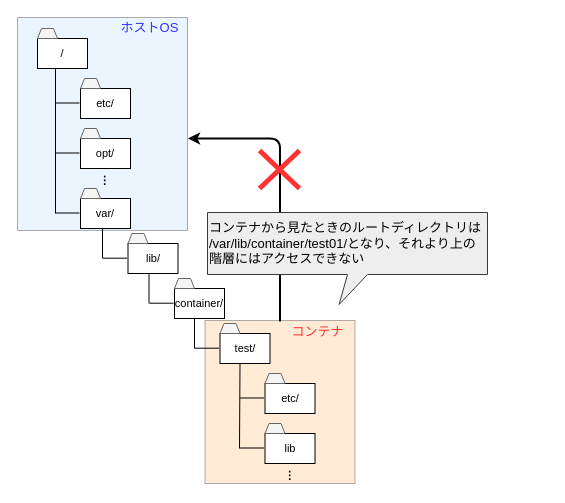
The draw.io diagram isolate_process.drawio in tnaka986/work-container, before the edit. Source tidied: cells renumbered, new cells numbered last; positions are measured from the earlier drawing's top-left corner, leaving out a move shared by most shapes. Both pictures are drawn from the tidied source at 100%, with x=0, y=0 at pixel (17, 17).
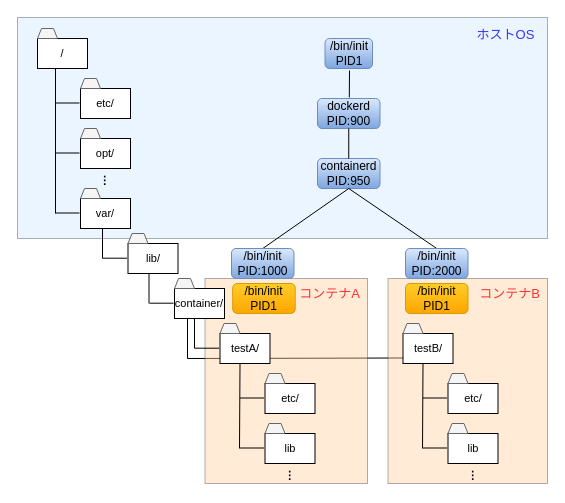
After the change.

Commit message (it also covers changes not shown here):
isolate_process.drawio を更新します

The change refers to these unchanged cells:
```xml
<mxCell id="43" style="group;fontSize=11;" parent="42" vertex="1">
  <mxGeometry width="50" height="40" as="geometry" />
</mxCell>
```

What changed in the source:
```diff
@@
+    <mxCell id="59" style="endArrow=none;html=1;fontFamily=Helvetica;fontSize=11;entryX=0;entryY=0.75;entryDx=0;entryDy=0;" parent="1" edge="1">
+      <mxGeometry relative="1" as="geometry">
+        <mxPoint x="170" y="341" as="sourcePoint" />
+        <mxPoint x="385.5" y="340.5" as="targetPoint" />
+      </mxGeometry>
+    </mxCell>
     <mxCell id="2" style="rounded=0;whiteSpace=wrap;html=1;fontFamily=Helvetica;fontSize=13;fillColor=#ffcc99;strokeColor=#36393d;opacity=40;" parent="1" vertex="1">
-      <mxGeometry x="187.5" y="303" width="150" height="163" as="geometry" />
+      <mxGeometry x="187.5" y="261" width="162.5" height="205" as="geometry" />
     </mxCell>
@@
-    <mxCell id="5" value="コンテナ" style="text;html=1;strokeColor=none;fillColor=none;align=center;verticalAlign=middle;whiteSpace=wrap;rounded=0;fontFamily=Helvetica;fontSize=13;opacity=40;fontColor=#FF3333;" parent="1" vertex="1">
-      <mxGeometry x="262.5" y="304" width="75" height="20" as="geometry" />
-    </mxCell>
     <mxCell id="6" style="rounded=0;whiteSpace=wrap;html=1;fontFamily=Helvetica;fontSize=13;fillColor=#cce5ff;strokeColor=#36393d;opacity=40;" parent="1" vertex="1">
-      <mxGeometry width="170" height="213" as="geometry" />
+      <mxGeometry width="530" height="221" as="geometry" />
     </mxCell>
@@
     <mxCell id="15" value="ホストOS" style="text;html=1;strokeColor=none;fillColor=none;align=center;verticalAlign=middle;whiteSpace=wrap;rounded=0;fontFamily=Helvetica;fontSize=13;opacity=40;fontColor=#3333FF;labelBackgroundColor=none;" parent="1" vertex="1">
-      <mxGeometry x="95" width="75" height="20" as="geometry" />
+      <mxGeometry x="450.5" y="7" width="75" height="20" as="geometry" />
     </mxCell>
@@
-    <mxCell id="44" value="&lt;font style=&quot;font-size: 11px;&quot;&gt;test/&lt;/font&gt;" style="rounded=0;whiteSpace=wrap;html=1;fontFamily=Helvetica;fontSize=11;" parent="43" vertex="1">
+    <mxCell id="44" value="&lt;font style=&quot;font-size: 11px&quot;&gt;testA/&lt;/font&gt;" style="rounded=0;whiteSpace=wrap;html=1;fontFamily=Helvetica;fontSize=11;" parent="43" vertex="1">
       <mxGeometry y="10" width="50" height="30" as="geometry" />
     </mxCell>
@@
-    <mxCell id="55" style="edgeStyle=segmentEdgeStyle;endArrow=classic;html=1;fontFamily=Helvetica;fontSize=13;fontColor=#3333FF;spacing=2;strokeWidth=2;exitX=0;exitY=0;exitDx=0;exitDy=0;entryX=1.003;entryY=0.568;entryDx=0;entryDy=0;entryPerimeter=0;" parent="1" edge="1" source="5" target="6">
-      <mxGeometry relative="1" as="geometry">
-        <Array as="points">
-          <mxPoint x="262" y="121" />
-        </Array>
-      </mxGeometry>
-    </mxCell>
-    <mxCell id="56" style="endArrow=none;html=1;strokeWidth=5;fontFamily=Helvetica;fontSize=13;fontColor=#3333FF;strokeColor=#FF3333;" parent="1" edge="1">
-      <mxGeometry relative="1" as="geometry">
-        <mxPoint x="242" y="171" as="sourcePoint" />
-        <mxPoint x="282" y="133" as="targetPoint" />
-      </mxGeometry>
-    </mxCell>
-    <mxCell id="57" style="endArrow=none;html=1;strokeWidth=5;fontFamily=Helvetica;fontSize=13;fontColor=#3333FF;strokeColor=#FF3333;" parent="1" edge="1">
-      <mxGeometry relative="1" as="geometry">
-        <mxPoint x="242" y="133" as="sourcePoint" />
-        <mxPoint x="282" y="171" as="targetPoint" />
-      </mxGeometry>
-    </mxCell>
-    <mxCell id="58" value="コンテナから見たときのルートディレクトリは&lt;br&gt;/var/lib/container/test01/となり、それより上の階層にはアクセスできない" style="shape=callout;whiteSpace=wrap;html=1;perimeter=calloutPerimeter;labelBackgroundColor=none;fillColor=#eeeeee;fontFamily=Helvetica;fontSize=13;strokeColor=#36393d;position2=0.47;align=left;" parent="1" vertex="1">
-      <mxGeometry x="190" y="195" width="280" height="92" as="geometry" />
-    </mxCell>
+    <mxCell id="60" style="rounded=0;whiteSpace=wrap;html=1;fontFamily=Helvetica;fontSize=13;fillColor=#ffcc99;strokeColor=#36393d;opacity=40;" parent="1" vertex="1">
+      <mxGeometry x="370.5" y="261" width="159.5" height="205" as="geometry" />
+    </mxCell>
+    <mxCell id="61" value="&lt;font style=&quot;font-size: 11px;&quot;&gt;etc/&lt;/font&gt;" style="rounded=0;whiteSpace=wrap;html=1;fontFamily=Helvetica;fontSize=11;" parent="1" vertex="1">
+      <mxGeometry x="430.5" y="366" width="50" height="30" as="geometry" />
+    </mxCell>
+    <mxCell id="62" style="shape=trapezoid;perimeter=trapezoidPerimeter;whiteSpace=wrap;html=1;fontFamily=メイリオ;fontSize=11;fillColor=#f5f5f5;strokeColor=#666666;fontColor=#333333;" parent="1" vertex="1">
+      <mxGeometry x="430.5" y="356" width="20" height="10" as="geometry" />
+    </mxCell>
+    <mxCell id="63" style="group;fontSize=11;" parent="1" vertex="1">
+      <mxGeometry x="385.5" y="306" width="60" height="50" as="geometry" />
+    </mxCell>
+    <mxCell id="64" style="group;fontSize=11;" parent="63" vertex="1">
+      <mxGeometry width="50" height="40" as="geometry" />
+    </mxCell>
+    <mxCell id="65" value="testB/" style="rounded=0;whiteSpace=wrap;html=1;fontFamily=Helvetica;fontSize=11;" parent="64" vertex="1">
+      <mxGeometry y="10" width="50" height="30" as="geometry" />
+    </mxCell>
+    <mxCell id="66" style="shape=trapezoid;perimeter=trapezoidPerimeter;whiteSpace=wrap;html=1;fontFamily=メイリオ;fontSize=11;fillColor=#f5f5f5;strokeColor=#666666;fontColor=#333333;" parent="64" vertex="1">
+      <mxGeometry width="20" height="10" as="geometry" />
+    </mxCell>
+    <mxCell id="67" style="endArrow=none;html=1;fontFamily=Helvetica;fontSize=11;entryX=0.25;entryY=1;entryDx=0;entryDy=0;" parent="1" edge="1">
+      <mxGeometry relative="1" as="geometry">
+        <mxPoint x="405" y="431" as="sourcePoint" />
+        <mxPoint x="405.5" y="346" as="targetPoint" />
+      </mxGeometry>
+    </mxCell>
+    <mxCell id="68" style="endArrow=none;html=1;fontFamily=Helvetica;fontSize=11;entryX=0;entryY=0.5;entryDx=0;entryDy=0;" parent="1" edge="1">
+      <mxGeometry relative="1" as="geometry">
+        <mxPoint x="405.5" y="380.5" as="sourcePoint" />
+        <mxPoint x="429.5" y="380.5" as="targetPoint" />
+      </mxGeometry>
+    </mxCell>
+    <mxCell id="69" style="endArrow=none;html=1;fontFamily=Helvetica;fontSize=11;entryX=0;entryY=0.5;entryDx=0;entryDy=0;" parent="1" edge="1">
+      <mxGeometry relative="1" as="geometry">
+        <mxPoint x="405.5" y="430.5" as="sourcePoint" />
+        <mxPoint x="429.5" y="430.5" as="targetPoint" />
+      </mxGeometry>
+    </mxCell>
+    <mxCell id="70" style="group;fontSize=11;" parent="1" vertex="1">
+      <mxGeometry x="430.5" y="406" width="60" height="60" as="geometry" />
+    </mxCell>
+    <mxCell id="71" style="group;fontSize=11;" parent="70" vertex="1">
+      <mxGeometry width="50" height="40" as="geometry" />
+    </mxCell>
+    <mxCell id="72" value="&lt;font style=&quot;font-size: 11px;&quot;&gt;lib&lt;/font&gt;" style="rounded=0;whiteSpace=wrap;html=1;fontFamily=Helvetica;fontSize=11;" parent="71" vertex="1">
+      <mxGeometry y="10" width="50" height="30" as="geometry" />
+    </mxCell>
+    <mxCell id="73" style="shape=trapezoid;perimeter=trapezoidPerimeter;whiteSpace=wrap;html=1;fontFamily=メイリオ;fontSize=11;fillColor=#f5f5f5;strokeColor=#666666;fontColor=#333333;" parent="71" vertex="1">
+      <mxGeometry width="20" height="10" as="geometry" />
+    </mxCell>
+    <mxCell id="74" value="&lt;font style=&quot;font-size: 11px;&quot;&gt;⋮&lt;/font&gt;" style="text;html=1;strokeColor=none;fillColor=none;align=center;verticalAlign=middle;whiteSpace=wrap;rounded=0;fontFamily=Helvetica;fontSize=11;fontStyle=1;" parent="70" vertex="1">
+      <mxGeometry x="6.5" y="42" width="37" height="20" as="geometry" />
+    </mxCell>
+    <mxCell id="75" value="/bin/init&lt;br&gt;PID1" style="rounded=1;whiteSpace=wrap;html=1;gradientColor=#7ea6e0;fillColor=#dae8fc;strokeColor=#6c8ebf;" parent="1" vertex="1">
+      <mxGeometry x="307.5" y="21" width="47.5" height="30" as="geometry" />
+    </mxCell>
+    <mxCell id="76" style="endArrow=none;html=1;fontFamily=Helvetica;fontSize=11;entryX=0.25;entryY=1;entryDx=0;entryDy=0;" parent="1" edge="1">
+      <mxGeometry relative="1" as="geometry">
+        <mxPoint x="331.8" y="80" as="sourcePoint" />
+        <mxPoint x="332" y="53" as="targetPoint" />
+      </mxGeometry>
+    </mxCell>
+    <mxCell id="77" value="dockerd&lt;br&gt;PID:900" style="rounded=1;whiteSpace=wrap;html=1;gradientColor=#7ea6e0;fillColor=#dae8fc;strokeColor=#6c8ebf;" parent="1" vertex="1">
+      <mxGeometry x="300" y="81" width="62.5" height="30" as="geometry" />
+    </mxCell>
+    <mxCell id="78" value="containerd&lt;br&gt;PID:950" style="rounded=1;whiteSpace=wrap;html=1;gradientColor=#7ea6e0;fillColor=#dae8fc;strokeColor=#6c8ebf;" parent="1" vertex="1">
+      <mxGeometry x="300" y="141" width="62.5" height="30" as="geometry" />
+    </mxCell>
+    <mxCell id="79" style="endArrow=none;html=1;fontFamily=Helvetica;fontSize=11;exitX=0.5;exitY=0;exitDx=0;exitDy=0;entryX=0.5;entryY=1;entryDx=0;entryDy=0;" parent="1" edge="1" source="78" target="77">
+      <mxGeometry relative="1" as="geometry" />
+    </mxCell>
+    <mxCell id="80" style="endArrow=none;html=1;fontFamily=Helvetica;fontSize=11;entryX=0.5;entryY=0;entryDx=0;entryDy=0;exitX=0.5;exitY=1;exitDx=0;exitDy=0;" parent="1" edge="1" source="78" target="83">
+      <mxGeometry relative="1" as="geometry" />
+    </mxCell>
+    <mxCell id="81" style="endArrow=none;html=1;fontFamily=Helvetica;fontSize=11;entryX=0.5;entryY=1;entryDx=0;entryDy=0;exitX=0.5;exitY=0;exitDx=0;exitDy=0;" parent="1" edge="1" source="82" target="78">
+      <mxGeometry relative="1" as="geometry" />
+    </mxCell>
+    <mxCell id="82" value="/bin/init&lt;br&gt;PID:1000" style="rounded=1;whiteSpace=wrap;html=1;gradientColor=#7ea6e0;fillColor=#dae8fc;strokeColor=#6c8ebf;" parent="1" vertex="1">
+      <mxGeometry x="214" y="231" width="62.5" height="30" as="geometry" />
+    </mxCell>
+    <mxCell id="83" value="/bin/init&lt;br&gt;PID:2000" style="rounded=1;whiteSpace=wrap;html=1;gradientColor=#7ea6e0;fillColor=#dae8fc;strokeColor=#6c8ebf;" parent="1" vertex="1">
+      <mxGeometry x="388" y="231" width="62.5" height="30" as="geometry" />
+    </mxCell>
+    <mxCell id="84" value="/bin/init&lt;br&gt;PID1" style="rounded=1;whiteSpace=wrap;html=1;gradientColor=#ffa500;fillColor=#ffcd28;strokeColor=#d79b00;" parent="1" vertex="1">
+      <mxGeometry x="215.2" y="266" width="62.5" height="30" as="geometry" />
+    </mxCell>
+    <mxCell id="85" value="/bin/init&lt;br&gt;PID1" style="rounded=1;whiteSpace=wrap;html=1;gradientColor=#ffa500;fillColor=#ffcd28;strokeColor=#d79b00;" parent="1" vertex="1">
+      <mxGeometry x="388" y="266" width="62.5" height="30" as="geometry" />
+    </mxCell>
+    <mxCell id="86" value="コンテナA" style="text;html=1;strokeColor=none;fillColor=none;align=center;verticalAlign=middle;whiteSpace=wrap;rounded=0;fontFamily=Helvetica;fontSize=13;opacity=40;fontColor=#FF3333;labelBackgroundColor=none;" parent="1" vertex="1">
+      <mxGeometry x="275" y="266" width="75" height="20" as="geometry" />
+    </mxCell>
+    <mxCell id="87" value="コンテナB" style="text;html=1;strokeColor=none;fillColor=none;align=center;verticalAlign=middle;whiteSpace=wrap;rounded=0;fontFamily=Helvetica;fontSize=13;opacity=40;fontColor=#FF3333;labelBackgroundColor=none;" parent="1" vertex="1">
+      <mxGeometry x="455" y="266" width="75" height="20" as="geometry" />
+    </mxCell>
+    <mxCell id="88" style="endArrow=none;html=1;fontFamily=Helvetica;fontSize=11;" parent="1" edge="1">
+      <mxGeometry relative="1" as="geometry">
+        <mxPoint x="170" y="341" as="sourcePoint" />
+        <mxPoint x="170" y="301" as="targetPoint" />
+      </mxGeometry>
+    </mxCell>
```
